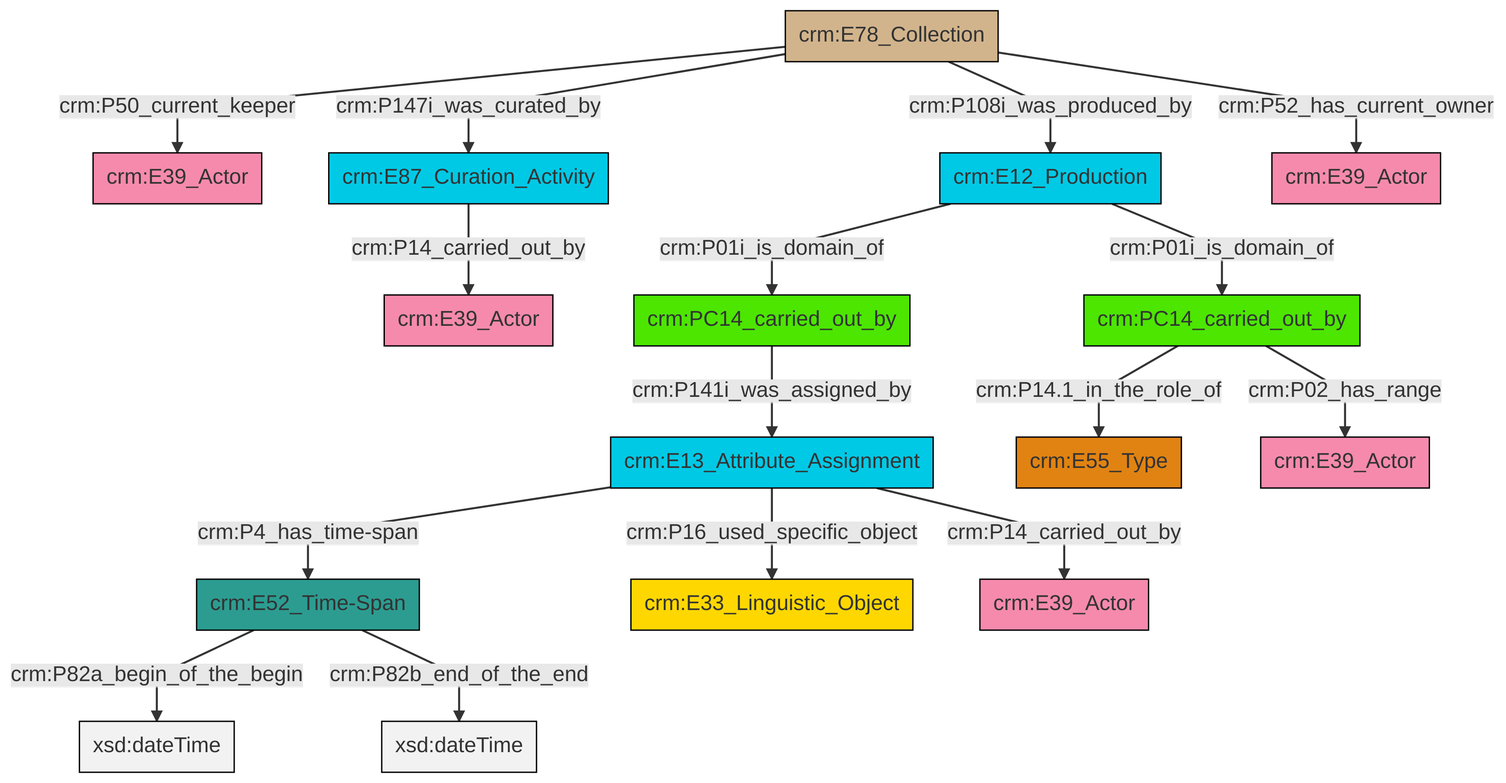
The Mermaid diagram et/archivalCSV/ttl/mmd/png/archival_relation.png in swiss-art-research-net/docs.swissartresearch, before a commit. Its source is kept beside it as et/archivalCSV/ttl/mmd/archival_relation.ttl.mmd.
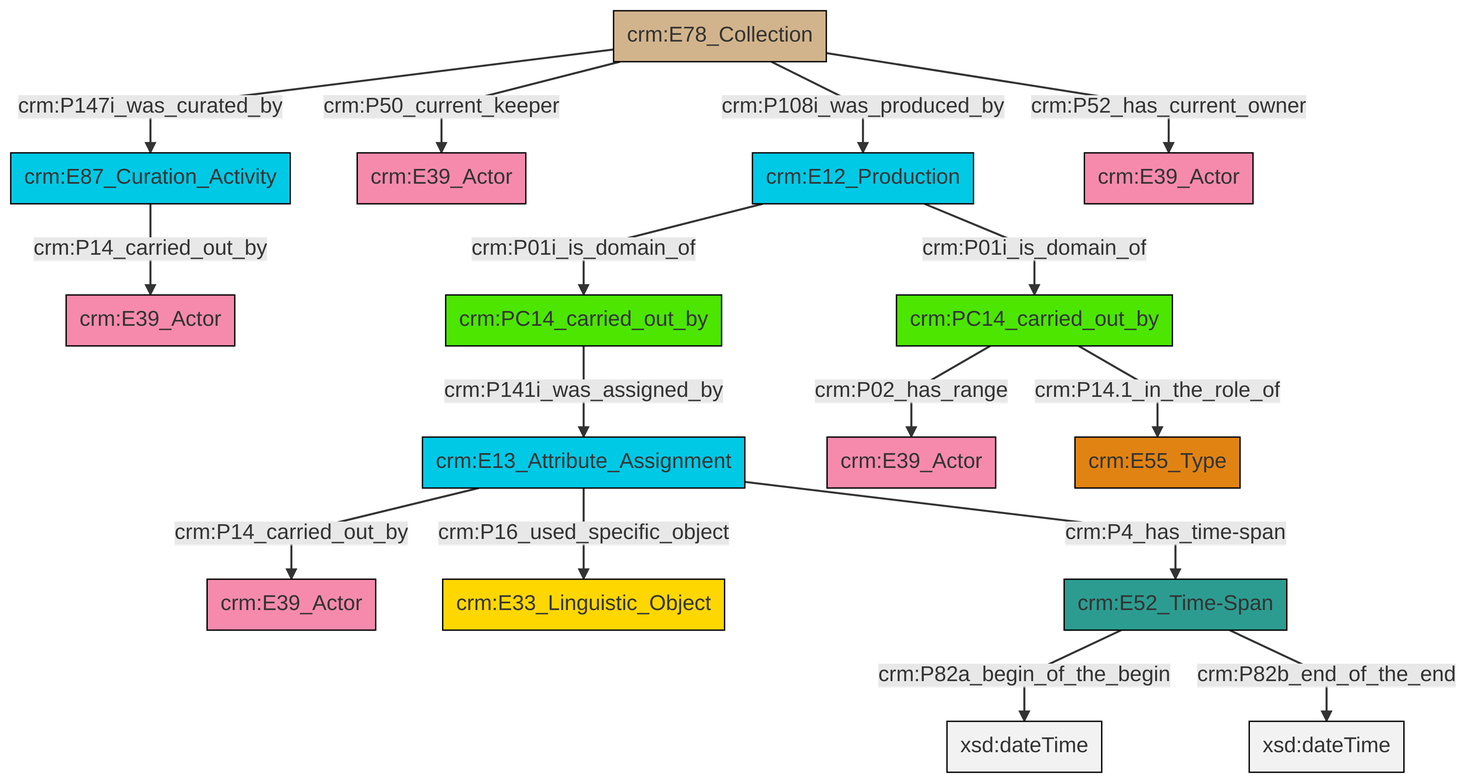
The same file after the commit.

Change to the diagram source:
```diff
@@ -13,18 +13,18 @@
 classDef PC_Classes fill:#4ce600, stroke:#000000;
 classDef Multi fill:#cccccc,stroke:#000000;
 
-0["crm:E78_Collection"]:::Physical_Thing -->|crm:P50_current_keeper| 1["crm:E39_Actor"]:::Actor
-0["crm:E78_Collection"]:::Physical_Thing -->|crm:P147i_was_curated_by| 4["crm:E87_Curation_Activity"]:::Temporal_Entity
-7["crm:E52_Time-Span"]:::Time-Span -->|crm:P82a_begin_of_the_begin| 8[xsd:dateTime]:::Literal
-5["crm:E13_Attribute_Assignment"]:::Temporal_Entity -->|crm:P4_has_time-span| 7["crm:E52_Time-Span"]:::Time-Span
-10["crm:PC14_carried_out_by"]:::PC_Classes -->|crm:P14.1_in_the_role_of| 11["crm:E55_Type"]:::Type
-4["crm:E87_Curation_Activity"]:::Temporal_Entity -->|crm:P14_carried_out_by| 12["crm:E39_Actor"]:::Actor
-7["crm:E52_Time-Span"]:::Time-Span -->|crm:P82b_end_of_the_end| 16[xsd:dateTime]:::Literal
-0["crm:E78_Collection"]:::Physical_Thing -->|crm:P108i_was_produced_by| 18["crm:E12_Production"]:::Temporal_Entity
-0["crm:E78_Collection"]:::Physical_Thing -->|crm:P52_has_current_owner| 22["crm:E39_Actor"]:::Actor
-24["crm:PC14_carried_out_by"]:::PC_Classes -->|crm:P141i_was_assigned_by| 5["crm:E13_Attribute_Assignment"]:::Temporal_Entity
-10["crm:PC14_carried_out_by"]:::PC_Classes -->|crm:P02_has_range| 2["crm:E39_Actor"]:::Actor
-18["crm:E12_Production"]:::Temporal_Entity -->|crm:P01i_is_domain_of| 24["crm:PC14_carried_out_by"]:::PC_Classes
-5["crm:E13_Attribute_Assignment"]:::Temporal_Entity -->|crm:P16_used_specific_object| 13["crm:E33_Linguistic_Object"]:::Conceptual_Object
-5["crm:E13_Attribute_Assignment"]:::Temporal_Entity -->|crm:P14_carried_out_by| 27["crm:E39_Actor"]:::Actor
-18["crm:E12_Production"]:::Temporal_Entity -->|crm:P01i_is_domain_of| 10["crm:PC14_carried_out_by"]:::PC_Classes
+4["crm:E12_Production"]:::Temporal_Entity -->|crm:P01i_is_domain_of| 5["crm:PC14_carried_out_by"]:::PC_Classes
+8["crm:PC14_carried_out_by"]:::PC_Classes -->|crm:P141i_was_assigned_by| 14["crm:E13_Attribute_Assignment"]:::Temporal_Entity
+15["crm:E52_Time-Span"]:::Time-Span -->|crm:P82a_begin_of_the_begin| 16[xsd:dateTime]:::Literal
+15["crm:E52_Time-Span"]:::Time-Span -->|crm:P82b_end_of_the_end| 17[xsd:dateTime]:::Literal
+14["crm:E13_Attribute_Assignment"]:::Temporal_Entity -->|crm:P4_has_time-span| 15["crm:E52_Time-Span"]:::Time-Span
+12["crm:E78_Collection"]:::Physical_Thing -->|crm:P147i_was_curated_by| 21["crm:E87_Curation_Activity"]:::Temporal_Entity
+12["crm:E78_Collection"]:::Physical_Thing -->|crm:P108i_was_produced_by| 4["crm:E12_Production"]:::Temporal_Entity
+5["crm:PC14_carried_out_by"]:::PC_Classes -->|crm:P14.1_in_the_role_of| 22["crm:E55_Type"]:::Type
+12["crm:E78_Collection"]:::Physical_Thing -->|crm:P50_current_keeper| 10["crm:E39_Actor"]:::Actor
+12["crm:E78_Collection"]:::Physical_Thing -->|crm:P52_has_current_owner| 25["crm:E39_Actor"]:::Actor
+21["crm:E87_Curation_Activity"]:::Temporal_Entity -->|crm:P14_carried_out_by| 0["crm:E39_Actor"]:::Actor
+14["crm:E13_Attribute_Assignment"]:::Temporal_Entity -->|crm:P16_used_specific_object| 6["crm:E33_Linguistic_Object"]:::Conceptual_Object
+5["crm:PC14_carried_out_by"]:::PC_Classes -->|crm:P02_has_range| 18["crm:E39_Actor"]:::Actor
+14["crm:E13_Attribute_Assignment"]:::Temporal_Entity -->|crm:P14_carried_out_by| 2["crm:E39_Actor"]:::Actor
+4["crm:E12_Production"]:::Temporal_Entity -->|crm:P01i_is_domain_of| 8["crm:PC14_carried_out_by"]:::PC_Classes
```
